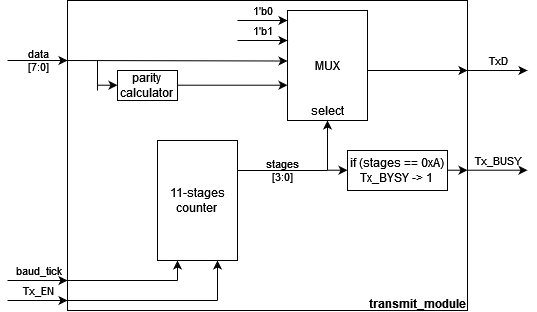
Earlier version of the draw.io export project_2/project-2.diagrams/transmit_module_inside.drawio.png (gianath03/digital-circuit-lab). Source tidied: cells renumbered, new cells last; positions are measured from the earlier drawing's top-left corner, leaving out a move shared by most shapes. Source of this version:
```xml
<mxGraphModel>
  <root>
    <mxCell id="0" />
    <mxCell id="1" parent="0" />
    <mxCell id="2" style="rounded=0;whiteSpace=wrap;html=1;fillColor=none;" parent="1" vertex="1">
      <mxGeometry x="60" width="400" height="310" as="geometry" />
    </mxCell>
    <mxCell id="3" value="baud_tick" style="endArrow=classic;html=1;rounded=0;labelBackgroundColor=none;labelPosition=center;verticalLabelPosition=top;align=center;verticalAlign=bottom;" parent="1" edge="1">
      <mxGeometry relative="1" as="geometry">
        <mxPoint y="280" as="sourcePoint" />
        <mxPoint x="60" y="280" as="targetPoint" />
      </mxGeometry>
    </mxCell>
    <mxCell id="4" value="&lt;div&gt;data&lt;/div&gt;&lt;div&gt;[7:0]&lt;br&gt;&lt;/div&gt;" style="endArrow=classic;html=1;rounded=0;labelBackgroundColor=none;labelPosition=center;verticalLabelPosition=middle;align=center;verticalAlign=middle;" parent="1" edge="1">
      <mxGeometry relative="1" as="geometry">
        <mxPoint y="60" as="sourcePoint" />
        <mxPoint x="60" y="60" as="targetPoint" />
      </mxGeometry>
    </mxCell>
    <mxCell id="5" value="Tx_BUSY" style="endArrow=classic;html=1;rounded=0;labelBackgroundColor=none;labelPosition=center;verticalLabelPosition=top;align=center;verticalAlign=bottom;" parent="1" edge="1">
      <mxGeometry relative="1" as="geometry">
        <mxPoint x="460" y="169.7" as="sourcePoint" />
        <mxPoint x="520" y="169.7" as="targetPoint" />
      </mxGeometry>
    </mxCell>
    <mxCell id="6" value="Tx_EN" style="endArrow=classic;html=1;rounded=0;labelBackgroundColor=none;labelPosition=center;verticalLabelPosition=top;align=center;verticalAlign=bottom;" parent="1" edge="1">
      <mxGeometry relative="1" as="geometry">
        <mxPoint y="300" as="sourcePoint" />
        <mxPoint x="60" y="300" as="targetPoint" />
      </mxGeometry>
    </mxCell>
    <mxCell id="7" value="TxD" style="endArrow=classic;html=1;rounded=0;labelBackgroundColor=none;labelPosition=center;verticalLabelPosition=top;align=center;verticalAlign=bottom;" parent="1" edge="1">
      <mxGeometry relative="1" as="geometry">
        <mxPoint x="460" y="70" as="sourcePoint" />
        <mxPoint x="520" y="70" as="targetPoint" />
      </mxGeometry>
    </mxCell>
    <mxCell id="8" value="MUX" style="rounded=0;whiteSpace=wrap;html=1;fillColor=none;" parent="1" vertex="1">
      <mxGeometry x="280" y="10" width="80" height="110" as="geometry" />
    </mxCell>
    <mxCell id="9" value="select" style="text;html=1;strokeColor=none;fillColor=none;align=center;verticalAlign=middle;whiteSpace=wrap;rounded=0;" parent="1" vertex="1">
      <mxGeometry x="290" y="100" width="60" height="20" as="geometry" />
    </mxCell>
    <mxCell id="10" value="&lt;div&gt;11-stages&lt;/div&gt;&lt;div&gt;counter&lt;br&gt;&lt;/div&gt;" style="rounded=0;whiteSpace=wrap;html=1;fillColor=none;" parent="1" vertex="1">
      <mxGeometry x="150" y="140" width="80" height="120" as="geometry" />
    </mxCell>
    <mxCell id="11" value="&lt;div&gt;parity&lt;/div&gt;&lt;div&gt;calculator&lt;br&gt;&lt;/div&gt;" style="rounded=0;whiteSpace=wrap;html=1;fillColor=none;" parent="1" vertex="1">
      <mxGeometry x="110" y="70" width="60" height="30" as="geometry" />
    </mxCell>
    <mxCell id="12" value="1'b0" style="endArrow=classic;html=1;rounded=0;labelBackgroundColor=none;labelPosition=center;verticalLabelPosition=top;align=center;verticalAlign=bottom;" parent="1" edge="1">
      <mxGeometry relative="1" as="geometry">
        <mxPoint x="230" y="20" as="sourcePoint" />
        <mxPoint x="280" y="20" as="targetPoint" />
      </mxGeometry>
    </mxCell>
    <mxCell id="13" value="1'b1" style="endArrow=classic;html=1;rounded=0;labelBackgroundColor=none;labelPosition=center;verticalLabelPosition=top;align=center;verticalAlign=bottom;" parent="1" edge="1">
      <mxGeometry relative="1" as="geometry">
        <mxPoint x="230" y="40" as="sourcePoint" />
        <mxPoint x="280" y="40" as="targetPoint" />
      </mxGeometry>
    </mxCell>
    <mxCell id="14" style="endArrow=classic;html=1;rounded=0;" parent="1" edge="1">
      <mxGeometry relative="1" as="geometry">
        <mxPoint x="60" y="60" as="sourcePoint" />
        <mxPoint x="280" y="60.5" as="targetPoint" />
      </mxGeometry>
    </mxCell>
    <mxCell id="15" style="endArrow=none;html=1;rounded=0;" parent="1" edge="1">
      <mxGeometry relative="1" as="geometry">
        <mxPoint x="90" y="90" as="sourcePoint" />
        <mxPoint x="90" y="60" as="targetPoint" />
      </mxGeometry>
    </mxCell>
    <mxCell id="16" style="endArrow=classic;html=1;rounded=0;" parent="1" edge="1">
      <mxGeometry relative="1" as="geometry">
        <mxPoint x="90" y="84.7" as="sourcePoint" />
        <mxPoint x="110" y="84.7" as="targetPoint" />
      </mxGeometry>
    </mxCell>
    <mxCell id="17" style="endArrow=classic;html=1;rounded=0;" parent="1" edge="1">
      <mxGeometry relative="1" as="geometry">
        <mxPoint x="170" y="84.7" as="sourcePoint" />
        <mxPoint x="280" y="84.7" as="targetPoint" />
      </mxGeometry>
    </mxCell>
    <mxCell id="18" style="endArrow=classic;html=1;rounded=0;" parent="1" edge="1">
      <mxGeometry relative="1" as="geometry">
        <mxPoint x="170" y="280" as="sourcePoint" />
        <mxPoint x="170" y="260" as="targetPoint" />
      </mxGeometry>
    </mxCell>
    <mxCell id="19" style="endArrow=classic;html=1;rounded=0;" parent="1" edge="1">
      <mxGeometry relative="1" as="geometry">
        <mxPoint x="210" y="300" as="sourcePoint" />
        <mxPoint x="210" y="260" as="targetPoint" />
      </mxGeometry>
    </mxCell>
    <mxCell id="20" style="endArrow=none;html=1;rounded=0;" parent="1" edge="1">
      <mxGeometry relative="1" as="geometry">
        <mxPoint x="60" y="300" as="sourcePoint" />
        <mxPoint x="210" y="300" as="targetPoint" />
      </mxGeometry>
    </mxCell>
    <mxCell id="21" style="endArrow=none;html=1;rounded=0;" parent="1" edge="1">
      <mxGeometry relative="1" as="geometry">
        <mxPoint x="60" y="280" as="sourcePoint" />
        <mxPoint x="170" y="280" as="targetPoint" />
      </mxGeometry>
    </mxCell>
    <mxCell id="22" style="endArrow=classic;html=1;rounded=0;" parent="1" edge="1">
      <mxGeometry relative="1" as="geometry">
        <mxPoint x="320" y="170" as="sourcePoint" />
        <mxPoint x="320" y="120" as="targetPoint" />
      </mxGeometry>
    </mxCell>
    <mxCell id="23" value="&lt;div&gt;stages&lt;/div&gt;&lt;div&gt;[3:0]&lt;br&gt;&lt;/div&gt;" style="endArrow=none;html=1;rounded=0;labelBackgroundColor=none;" parent="1" edge="1">
      <mxGeometry relative="1" as="geometry">
        <mxPoint x="230" y="170" as="sourcePoint" />
        <mxPoint x="320" y="170" as="targetPoint" />
      </mxGeometry>
    </mxCell>
    <mxCell id="24" style="endArrow=classic;html=1;rounded=0;" parent="1" edge="1">
      <mxGeometry relative="1" as="geometry">
        <mxPoint x="360" y="70" as="sourcePoint" />
        <mxPoint x="460" y="70" as="targetPoint" />
      </mxGeometry>
    </mxCell>
    <mxCell id="25" value="&lt;div&gt;if (stages == 0xA)&lt;/div&gt;&lt;div&gt;Tx_BYSY -&amp;gt; 1&lt;br&gt;&lt;/div&gt;" style="rounded=0;whiteSpace=wrap;html=1;fillColor=none;" parent="1" vertex="1">
      <mxGeometry x="340" y="150" width="100" height="40" as="geometry" />
    </mxCell>
    <mxCell id="26" style="endArrow=classic;html=1;rounded=0;" parent="1" edge="1">
      <mxGeometry relative="1" as="geometry">
        <mxPoint x="320" y="169.7" as="sourcePoint" />
        <mxPoint x="340" y="169.7" as="targetPoint" />
      </mxGeometry>
    </mxCell>
    <mxCell id="27" style="endArrow=classic;html=1;rounded=0;" parent="1" edge="1">
      <mxGeometry relative="1" as="geometry">
        <mxPoint x="440" y="169.7" as="sourcePoint" />
        <mxPoint x="460" y="169.7" as="targetPoint" />
      </mxGeometry>
    </mxCell>
    <mxCell id="28" value="transmit_module" style="text;whiteSpace=wrap;html=1;fontStyle=1;" parent="1" vertex="1">
      <mxGeometry x="360" y="290" width="100" height="20" as="geometry" />
    </mxCell>
  </root>
</mxGraphModel>
```
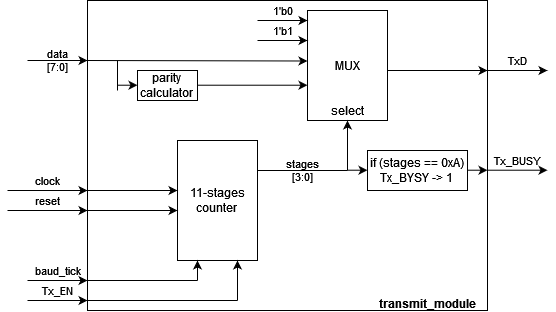
After the commit.

Diff of the diagram source:
```diff
@@ -141,7 +141,31 @@
       </mxGeometry>
     </mxCell>
     <mxCell id="28" value="transmit_module" style="text;whiteSpace=wrap;html=1;fontStyle=1;" parent="1" vertex="1">
-      <mxGeometry x="360" y="290" width="100" height="20" as="geometry" />
+      <mxGeometry x="350" y="290" width="100" height="20" as="geometry" />
     </mxCell>
+    <mxCell id="29" value="reset" style="endArrow=classic;html=1;rounded=0;labelBackgroundColor=none;labelPosition=center;verticalLabelPosition=top;align=center;verticalAlign=bottom;" parent="1" edge="1">
+      <mxGeometry relative="1" as="geometry">
+        <mxPoint x="-20" y="210" as="sourcePoint" />
+        <mxPoint x="60" y="210" as="targetPoint" />
+      </mxGeometry>
+    </mxCell>
+    <mxCell id="30" value="clock" style="endArrow=classic;html=1;rounded=0;labelBackgroundColor=none;labelPosition=center;verticalLabelPosition=top;align=center;verticalAlign=bottom;" parent="1" edge="1">
+      <mxGeometry relative="1" as="geometry">
+        <mxPoint x="-20" y="190" as="sourcePoint" />
+        <mxPoint x="60" y="190" as="targetPoint" />
+      </mxGeometry>
+    </mxCell>
+    <mxCell id="31" style="endArrow=classic;html=1;rounded=0;" parent="1" edge="1">
+      <mxGeometry relative="1" as="geometry">
+        <mxPoint x="60" y="190" as="sourcePoint" />
+        <mxPoint x="150" y="190" as="targetPoint" />
+      </mxGeometry>
+    </mxCell>
+    <mxCell id="32" style="endArrow=classic;html=1;rounded=0;" parent="1" edge="1">
+      <mxGeometry relative="1" as="geometry">
+        <mxPoint x="60" y="210" as="sourcePoint" />
+        <mxPoint x="150" y="210" as="targetPoint" />
+      </mxGeometry>
+    </mxCell>
   </root>
 </mxGraphModel>
```
